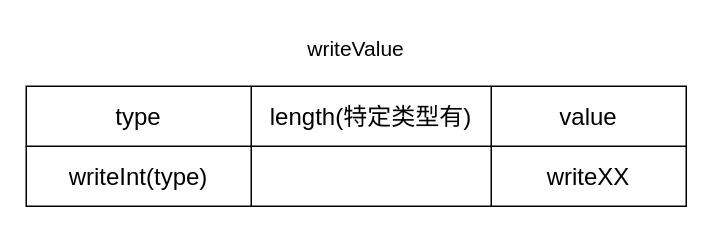
f23505106/drawio keeps this draw.io diagram as android_parcel_write_value.drawio. Above is the earlier version. Source tidied: cells renumbered, new cells numbered last; positions are measured from the earlier drawing's top-left corner, leaving out a move shared by most shapes. Both pictures are drawn from the tidied source at 150%, with x=0, y=0 at pixel (26, 26).
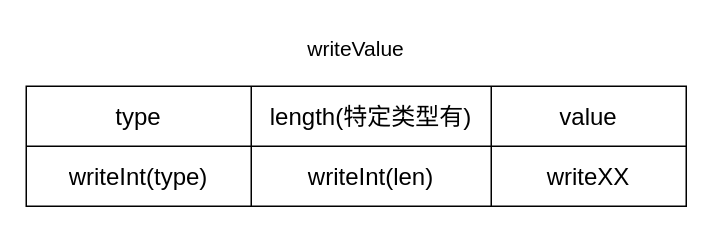
The same diagram, later.

What changed in the source:
```diff
@@
 <mxGraphModel>
   <root>
     <mxCell id="0" />
     <mxCell id="1" parent="0" />
     <mxCell id="2" style="shape=table;startSize=0;childLayout=tableLayout;fontSize=16;" parent="1" vertex="1">
       <mxGeometry y="40" width="440" height="80" as="geometry" />
     </mxCell>
     <mxCell id="3" style="shape=tableRow;horizontal=0;startSize=0;swimlaneHead=0;swimlaneBody=0;strokeColor=inherit;top=0;left=0;bottom=0;right=0;fillColor=none;fontSize=16;" parent="2" vertex="1">
       <mxGeometry width="440" height="40" as="geometry" />
     </mxCell>
     <mxCell id="4" value="type" style="shape=partialRectangle;html=1;whiteSpace=wrap;strokeColor=inherit;overflow=hidden;fillColor=none;top=0;left=0;bottom=0;right=0;fontSize=16;" parent="3" vertex="1">
       <mxGeometry width="150" height="40" as="geometry" />
     </mxCell>
     <mxCell id="5" value="length(特定类型有)" style="shape=partialRectangle;html=1;whiteSpace=wrap;strokeColor=inherit;overflow=hidden;fillColor=none;top=0;left=0;bottom=0;right=0;fontSize=16;" parent="3" vertex="1">
       <mxGeometry x="150" width="160" height="40" as="geometry" />
     </mxCell>
     <mxCell id="6" value="value" style="shape=partialRectangle;html=1;whiteSpace=wrap;strokeColor=inherit;overflow=hidden;fillColor=none;top=0;left=0;bottom=0;right=0;fontSize=16;" parent="3" vertex="1">
       <mxGeometry x="310" width="130" height="40" as="geometry" />
     </mxCell>
     <mxCell id="7" style="shape=tableRow;horizontal=0;startSize=0;swimlaneHead=0;swimlaneBody=0;strokeColor=inherit;top=0;left=0;bottom=0;right=0;fillColor=none;fontSize=16;" parent="2" vertex="1">
       <mxGeometry y="40" width="440" height="40" as="geometry" />
     </mxCell>
     <mxCell id="8" value="writeInt(type)" style="shape=partialRectangle;html=1;whiteSpace=wrap;strokeColor=inherit;overflow=hidden;fillColor=none;top=0;left=0;bottom=0;right=0;fontSize=16;" parent="7" vertex="1">
       <mxGeometry width="150" height="40" as="geometry" />
     </mxCell>
-    <mxCell id="9" style="shape=partialRectangle;html=1;whiteSpace=wrap;strokeColor=inherit;overflow=hidden;fillColor=none;top=0;left=0;bottom=0;right=0;fontSize=16;" parent="7" vertex="1">
+    <mxCell id="9" value="writeInt(len)" style="shape=partialRectangle;html=1;whiteSpace=wrap;strokeColor=inherit;overflow=hidden;fillColor=none;top=0;left=0;bottom=0;right=0;fontSize=16;" parent="7" vertex="1">
       <mxGeometry x="150" width="160" height="40" as="geometry" />
     </mxCell>
     <mxCell id="10" value="writeXX" style="shape=partialRectangle;html=1;whiteSpace=wrap;strokeColor=inherit;overflow=hidden;fillColor=none;top=0;left=0;bottom=0;right=0;fontSize=16;" parent="7" vertex="1">
       <mxGeometry x="310" width="130" height="40" as="geometry" />
     </mxCell>
     <mxCell id="11" value="&lt;font style=&quot;font-size: 14px;&quot;&gt;writeValue&lt;/font&gt;" style="text;html=1;strokeColor=none;fillColor=none;align=center;verticalAlign=middle;whiteSpace=wrap;rounded=0;" parent="1" vertex="1">
       <mxGeometry x="190" width="60" height="30" as="geometry" />
     </mxCell>
   </root>
 </mxGraphModel>
```
